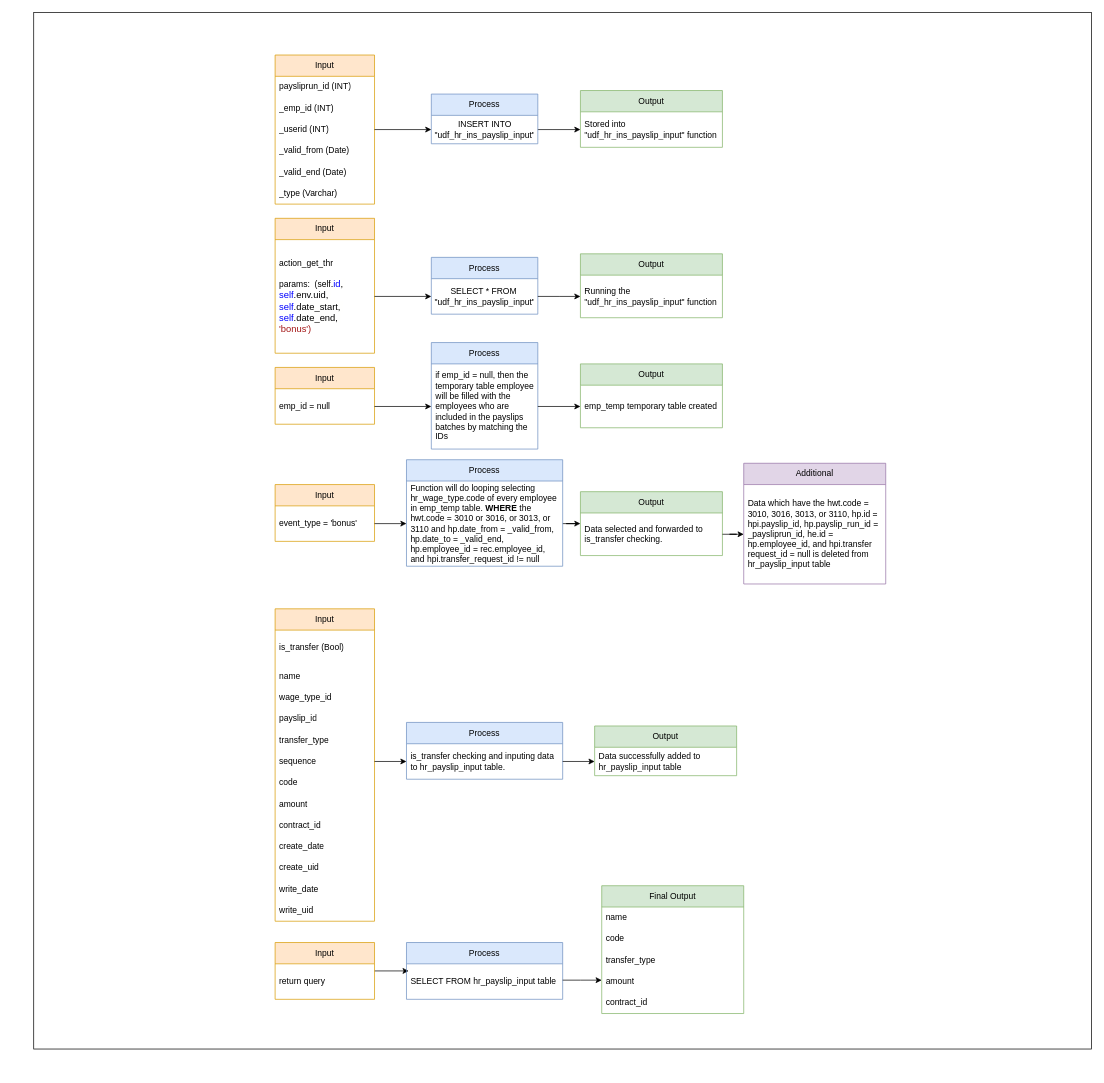
The draw.io diagram IO payroll.drawio in jezreelkosasih/diagram, before the edit. Source tidied: cells renumbered, new cells numbered last; positions are measured from the earlier drawing's top-left corner, leaving out a move shared by most shapes. Both pictures are drawn from the tidied source at 71%, with x=0, y=0 at pixel (33, 12).
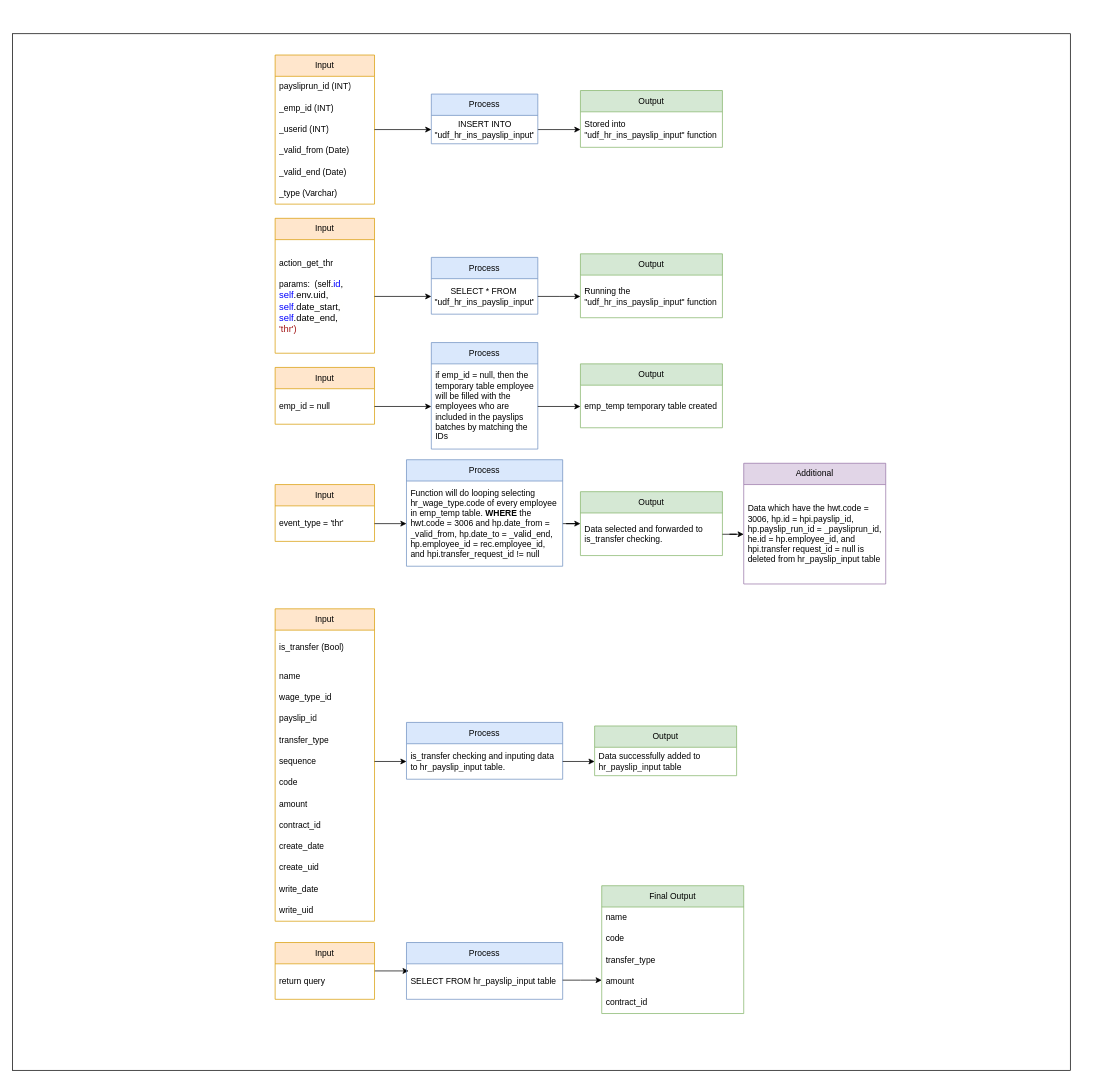
The same diagram, later.

Unchanged cells that the change refers to:
```xml
<mxCell id="14" value="Input" style="swimlane;fontStyle=0;horizontal=1;startSize=30;whiteSpace=wrap;html=1;fillColor=#ffe6cc;strokeColor=#d79b00;" parent="1" vertex="1">
  <mxGeometry x="340" y="290" width="140" height="190" as="geometry" />
</mxCell>
<mxCell id="29" value="Input" style="swimlane;fontStyle=0;horizontal=1;startSize=30;whiteSpace=wrap;html=1;fillColor=#ffe6cc;strokeColor=#d79b00;" parent="1" vertex="1">
  <mxGeometry x="340" y="665" width="140" height="80" as="geometry" />
</mxCell>
<mxCell id="34" value="Process" style="swimlane;fontStyle=0;horizontal=1;startSize=30;whiteSpace=wrap;html=1;fillColor=#dae8fc;strokeColor=#6c8ebf;" parent="1" vertex="1">
  <mxGeometry x="525" y="630" width="220" height="150" as="geometry" />
</mxCell>
<mxCell id="36" value="Additional" style="swimlane;fontStyle=0;horizontal=1;startSize=30;whiteSpace=wrap;html=1;fillColor=#e1d5e7;strokeColor=#9673a6;" parent="1" vertex="1">
  <mxGeometry x="1000" y="635" width="200" height="170" as="geometry" />
</mxCell>
```

Change to the diagram source:
```diff
@@
-    <mxCell id="15" value="action_get_thr&lt;br&gt;&lt;br&gt;params:&amp;nbsp; (self&lt;span style=&quot;background-color: rgb(255, 255, 254); font-size: 13.2px;&quot;&gt;.&lt;/span&gt;&lt;span style=&quot;font-size: 13.2px; color: rgb(0, 0, 255);&quot;&gt;id&lt;/span&gt;&lt;span style=&quot;background-color: rgb(255, 255, 254); font-size: 13.2px;&quot;&gt;,&amp;nbsp;&lt;br&gt;&lt;/span&gt;&lt;span style=&quot;font-size: 13.2px; color: rgb(0, 0, 255);&quot;&gt;self&lt;/span&gt;&lt;span style=&quot;background-color: rgb(255, 255, 254); font-size: 13.2px;&quot;&gt;.env.uid,&amp;nbsp;&lt;br&gt;&lt;/span&gt;&lt;span style=&quot;font-size: 13.2px; color: rgb(0, 0, 255);&quot;&gt;self&lt;/span&gt;&lt;span style=&quot;background-color: rgb(255, 255, 254); font-size: 13.2px;&quot;&gt;.date_start,&amp;nbsp;&lt;br&gt;&lt;/span&gt;&lt;span style=&quot;font-size: 13.2px; color: rgb(0, 0, 255);&quot;&gt;self&lt;/span&gt;&lt;span style=&quot;background-color: rgb(255, 255, 254); font-size: 13.2px;&quot;&gt;.date_end,&amp;nbsp;&lt;br&gt;&lt;/span&gt;&lt;span style=&quot;font-size: 13.2px; color: rgb(163, 21, 21);&quot;&gt;'bonus')&lt;/span&gt;" style="text;strokeColor=none;fillColor=none;align=left;verticalAlign=middle;spacingLeft=4;spacingRight=4;overflow=hidden;points=[[0,0.5],[1,0.5]];portConstraint=eastwest;whiteSpace=wrap;html=1;" parent="14" vertex="1">
+    <mxCell id="15" value="action_get_thr&lt;br&gt;&lt;br&gt;params:&amp;nbsp; (self&lt;span style=&quot;background-color: rgb(255, 255, 254); font-size: 13.2px;&quot;&gt;.&lt;/span&gt;&lt;span style=&quot;font-size: 13.2px; color: rgb(0, 0, 255);&quot;&gt;id&lt;/span&gt;&lt;span style=&quot;background-color: rgb(255, 255, 254); font-size: 13.2px;&quot;&gt;,&amp;nbsp;&lt;br&gt;&lt;/span&gt;&lt;span style=&quot;font-size: 13.2px; color: rgb(0, 0, 255);&quot;&gt;self&lt;/span&gt;&lt;span style=&quot;background-color: rgb(255, 255, 254); font-size: 13.2px;&quot;&gt;.env.uid,&amp;nbsp;&lt;br&gt;&lt;/span&gt;&lt;span style=&quot;font-size: 13.2px; color: rgb(0, 0, 255);&quot;&gt;self&lt;/span&gt;&lt;span style=&quot;background-color: rgb(255, 255, 254); font-size: 13.2px;&quot;&gt;.date_start,&amp;nbsp;&lt;br&gt;&lt;/span&gt;&lt;span style=&quot;font-size: 13.2px; color: rgb(0, 0, 255);&quot;&gt;self&lt;/span&gt;&lt;span style=&quot;background-color: rgb(255, 255, 254); font-size: 13.2px;&quot;&gt;.date_end,&amp;nbsp;&lt;br&gt;&lt;/span&gt;&lt;span style=&quot;font-size: 13.2px; color: rgb(163, 21, 21);&quot;&gt;'thr')&lt;/span&gt;" style="text;strokeColor=none;fillColor=none;align=left;verticalAlign=middle;spacingLeft=4;spacingRight=4;overflow=hidden;points=[[0,0.5],[1,0.5]];portConstraint=eastwest;whiteSpace=wrap;html=1;" parent="14" vertex="1">
       <mxGeometry y="30" width="140" height="160" as="geometry" />
     </mxCell>
@@
-    <mxCell id="30" value="event_type = 'bonus'" style="text;strokeColor=none;fillColor=none;align=left;verticalAlign=middle;spacingLeft=4;spacingRight=4;overflow=hidden;points=[[0,0.5],[1,0.5]];portConstraint=eastwest;whiteSpace=wrap;html=1;" parent="29" vertex="1">
+    <mxCell id="30" value="event_type = 'thr'" style="text;strokeColor=none;fillColor=none;align=left;verticalAlign=middle;spacingLeft=4;spacingRight=4;overflow=hidden;points=[[0,0.5],[1,0.5]];portConstraint=eastwest;whiteSpace=wrap;html=1;" parent="29" vertex="1">
       <mxGeometry y="30" width="140" height="50" as="geometry" />
     </mxCell>
@@
-    <mxCell id="35" value="&lt;div style=&quot;&quot;&gt;Function will do looping selecting hr_wage_type.code of every employee in emp_temp table. &lt;b&gt;WHERE &lt;/b&gt;the hwt.code = 3010 or 3016, or 3013, or 3110 and hp.date_from = _valid_from, hp.date_to = _valid_end, hp.employee_id = rec.employee_id, and hpi.transfer_request_id != null&amp;nbsp;&lt;/div&gt;" style="text;strokeColor=none;fillColor=none;align=left;verticalAlign=middle;spacingLeft=4;spacingRight=4;overflow=hidden;points=[[0,0.5],[1,0.5]];portConstraint=eastwest;whiteSpace=wrap;html=1;" parent="34" vertex="1">
+    <mxCell id="35" value="&lt;div style=&quot;&quot;&gt;Function will do looping selecting hr_wage_type.code of every employee in emp_temp table. &lt;b&gt;WHERE &lt;/b&gt;the hwt.code = 3006 and hp.date_from = _valid_from, hp.date_to = _valid_end, hp.employee_id = rec.employee_id, and hpi.transfer_request_id != null&amp;nbsp;&lt;/div&gt;" style="text;strokeColor=none;fillColor=none;align=left;verticalAlign=middle;spacingLeft=4;spacingRight=4;overflow=hidden;points=[[0,0.5],[1,0.5]];portConstraint=eastwest;whiteSpace=wrap;html=1;" parent="34" vertex="1">
       <mxGeometry y="30" width="220" height="120" as="geometry" />
     </mxCell>
@@
-    <mxCell id="37" value="Data which have the hwt.code = 3010, 3016, 3013, or 3110, hp.id = hpi.payslip_id, hp.payslip_run_id = _paysliprun_id, he.id = hp.employee_id, and hpi.transfer request_id = null is deleted from hr_payslip_input table" style="text;strokeColor=none;fillColor=none;align=left;verticalAlign=middle;spacingLeft=4;spacingRight=4;overflow=hidden;points=[[0,0.5],[1,0.5]];portConstraint=eastwest;whiteSpace=wrap;html=1;" parent="36" vertex="1">
+    <mxCell id="37" value="Data which have the hwt.code = 3006, hp.id = hpi.payslip_id, hp.payslip_run_id = _paysliprun_id, he.id = hp.employee_id, and hpi.transfer request_id = null is deleted from hr_payslip_input table" style="text;strokeColor=none;fillColor=none;align=left;verticalAlign=middle;spacingLeft=4;spacingRight=4;overflow=hidden;points=[[0,0.5],[1,0.5]];portConstraint=eastwest;whiteSpace=wrap;html=1;" parent="36" vertex="1">
       <mxGeometry y="30" width="200" height="140" as="geometry" />
     </mxCell>
@@
     <mxCell id="74" style="rounded=0;whiteSpace=wrap;html=1;fontFamily=Helvetica;fillColor=none;" parent="1" vertex="1">
-      <mxGeometry width="1490" height="1460" as="geometry" />
+      <mxGeometry x="-30" y="30" width="1490" height="1460" as="geometry" />
     </mxCell>
```
